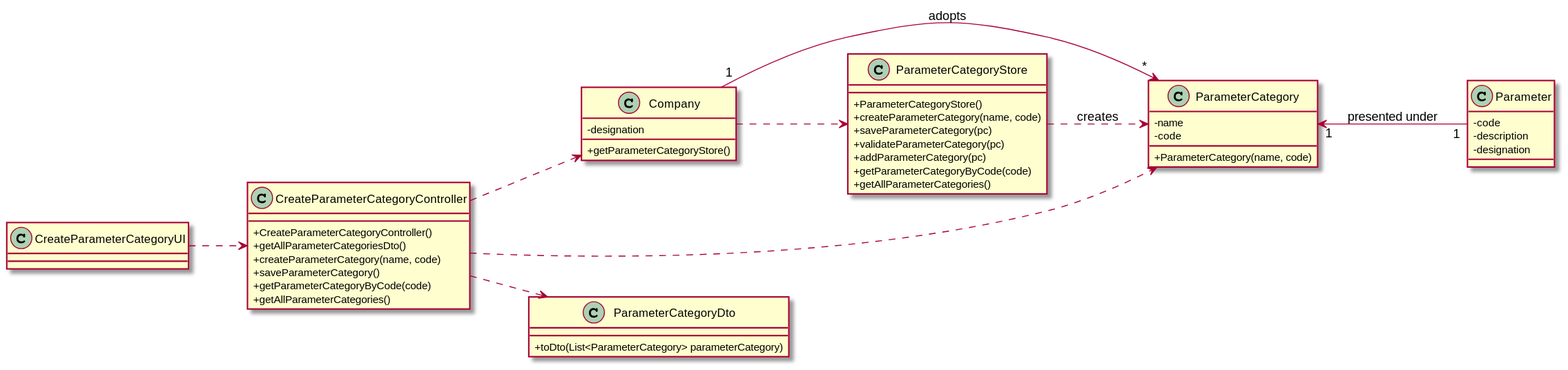
0franciscor/lei-21-s2-1de-g19 keeps this PlantUML diagram as docs/SprintC/US11/US11-CD.svg. Above is the earlier version. Its diagram source:
```plantuml
@startuml
skinparam classAttributeIconSize 0
left to right direction

class "Company" as COMP {
-designation
+getParameterCategoryStore()
}

class "ParameterCategory" as PC {
-name
-code
+ParameterCategory(name, code)
}

class "Parameter" as P{
-code
-description
-designation
}

class "ParameterCategoryDto" as pcDto{
+toDto(List<ParameterCategory> parameterCategory)
}

class "CreateParameterCategoryController" as CPCC {
+CreateParameterCategoryController()
+getAllParameterCategoriesDto()
+createParameterCategory(name, code)
+saveParameterCategory()
+getParameterCategoryByCode(code)
+getAllParameterCategories()
}

class "ParameterCategoryStore" as PCS {
+ParameterCategoryStore()
+createParameterCategory(name, code)
+saveParameterCategory(pc)
+validateParameterCategory(pc)
+addParameterCategory(pc)
+getParameterCategoryByCode(code)
+getAllParameterCategories()
}

class "CreateParameterCategoryUI" as CPCUI
class "ParameterCategory" as PC
class "CreateParameterCategoryController" as CPCC

CPCUI ..> CPCC
COMP ..> PCS
PCS ..> PC  :creates
CPCC ..> PC
CPCC ..> COMP
CPCC ..> pcDto
PC "1" <-- "1" P : presented under
COMP "1" --> "*" PC : adopts

@enduml
```
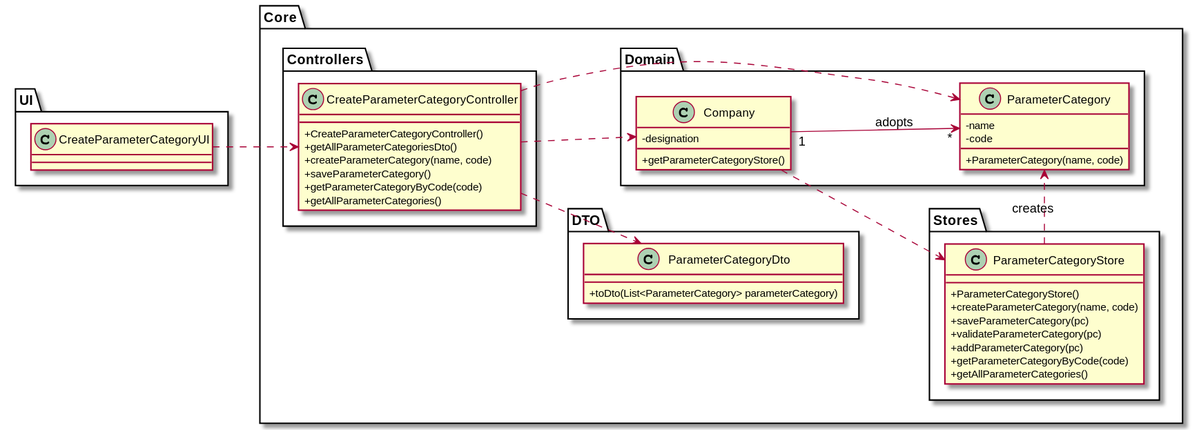
After the change.

What changed in the source:
```diff
@@ -2,6 +2,44 @@
 skinparam classAttributeIconSize 0
 left to right direction
 
+package "Core"{
+
+package "DTO"{
+
+class "ParameterCategoryDto" as pcDto{
++toDto(List<ParameterCategory> parameterCategory)
+}
+
+}
+
+package "Controllers"{
+
+class "CreateParameterCategoryController" as CPCC {
++CreateParameterCategoryController()
++getAllParameterCategoriesDto()
++createParameterCategory(name, code)
++saveParameterCategory()
++getParameterCategoryByCode(code)
++getAllParameterCategories()
+}
+
+}
+
+package "Stores"{
+
+class "ParameterCategoryStore" as PCS {
++ParameterCategoryStore()
++createParameterCategory(name, code)
++saveParameterCategory(pc)
++validateParameterCategory(pc)
++addParameterCategory(pc)
++getParameterCategoryByCode(code)
++getAllParameterCategories()
+}
+
+}
+
+package "Domain"{
 class "Company" as COMP {
 -designation
 +getParameterCategoryStore()
@@ -13,38 +51,14 @@
 +ParameterCategory(name, code)
 }
 
-class "Parameter" as P{
--code
--description
--designation
 }
 
-class "ParameterCategoryDto" as pcDto{
-+toDto(List<ParameterCategory> parameterCategory)
 }
 
-class "CreateParameterCategoryController" as CPCC {
-+CreateParameterCategoryController()
-+getAllParameterCategoriesDto()
-+createParameterCategory(name, code)
-+saveParameterCategory()
-+getParameterCategoryByCode(code)
-+getAllParameterCategories()
+package "UI"{
+class "CreateParameterCategoryUI" as CPCUI
 }
 
-class "ParameterCategoryStore" as PCS {
-+ParameterCategoryStore()
-+createParameterCategory(name, code)
-+saveParameterCategory(pc)
-+validateParameterCategory(pc)
-+addParameterCategory(pc)
-+getParameterCategoryByCode(code)
-+getAllParameterCategories()
-}
-
-class "CreateParameterCategoryUI" as CPCUI
-class "ParameterCategory" as PC
-class "CreateParameterCategoryController" as CPCC
 
 CPCUI ..> CPCC
 COMP ..> PCS
@@ -52,7 +66,6 @@
 CPCC ..> PC
 CPCC ..> COMP
 CPCC ..> pcDto
-PC "1" <-- "1" P : presented under
 COMP "1" --> "*" PC : adopts
 
 @enduml
```
